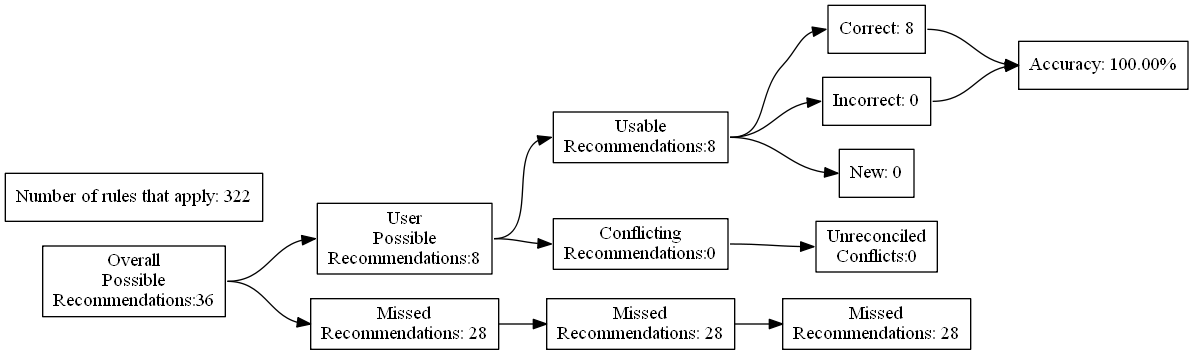
This is test_renders/30.gv.png from ZaxR/ibd_diet_analysis, a Graphviz export, as it was before one commit. Its source is kept beside it as test_renders/30.gv.
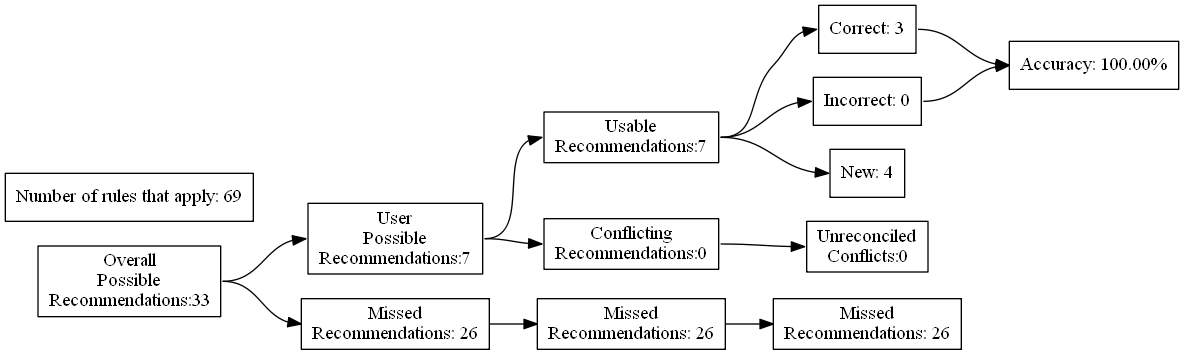
After the change.

The edit, as a diff of the source:
```diff
@@ -4,27 +4,27 @@
 	edge [headport=w tailport=e]
 		A [label="Overall
 Possible
-Recommendations:36"]
+Recommendations:33"]
 		B [label="User
 Possible
-Recommendations:8"]
+Recommendations:7"]
 		C [label="Missed
-Recommendations: 28"]
+Recommendations: 26"]
 		D [label="Usable
-Recommendations:8"]
+Recommendations:7"]
 		E [label="Conflicting
 Recommendations:0"]
 		J [label="Missed
-Recommendations: 28"]
+Recommendations: 26"]
 		M [label="Unreconciled
 Conflicts:0"]
-		F [label="Correct: 8"]
+		F [label="Correct: 3"]
 		G [label="Incorrect: 0"]
-		H [label="New: 0"]
+		H [label="New: 4"]
 		K [label="Missed
-Recommendations: 28"]
+Recommendations: 26"]
 		I [label="Accuracy: 100.00%"]
-		l [label="Number of rules that apply: 322"]
+		l [label="Number of rules that apply: 69"]
 			A -> B
 			A -> C
 			B -> D
```
